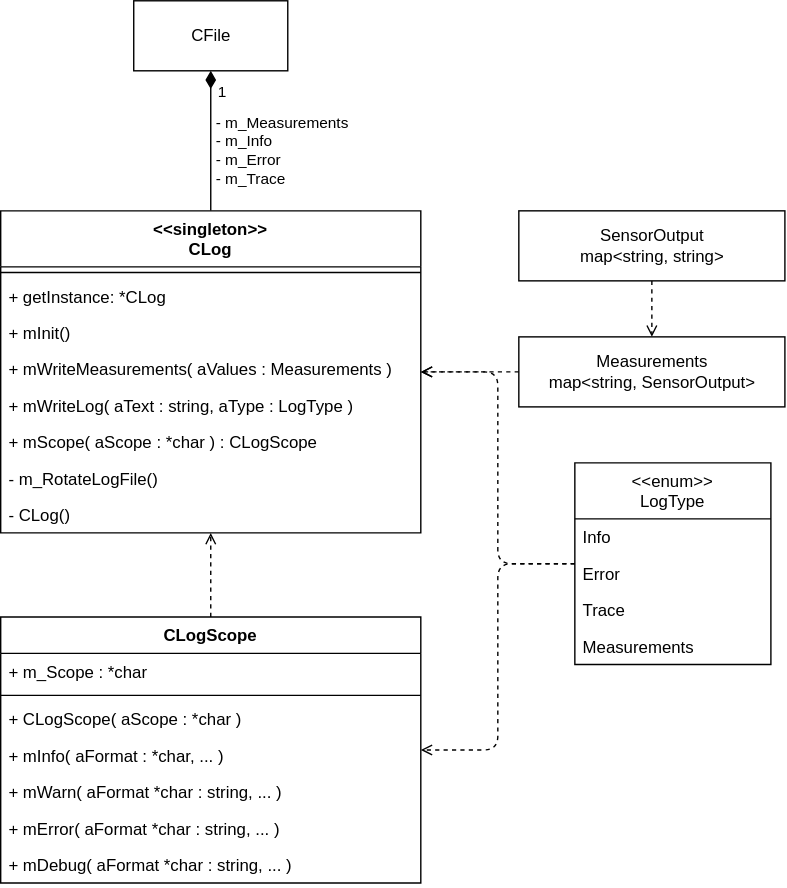
This is uml/logger-abstraction.drawio.svg from SenseBoxTI/FirmwareDesign, a draw.io export, as it was before one commit. Source tidied: cells renumbered, new cells last; positions are measured from the earlier drawing's top-left corner, leaving out a move shared by most shapes.
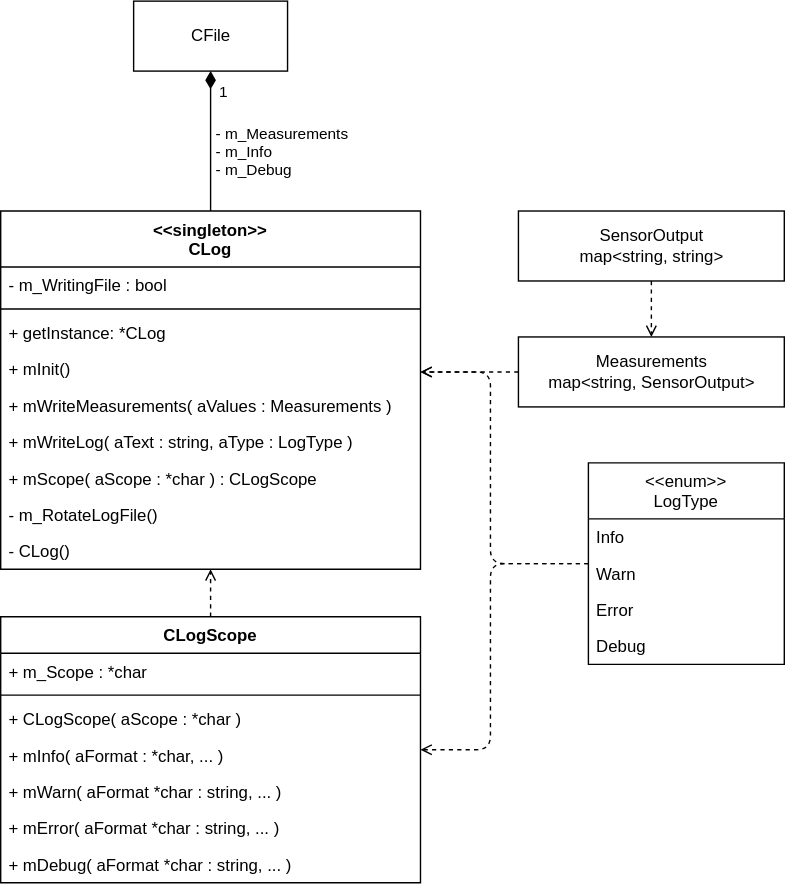
Above is the later version.

Diff of the diagram source:
```diff
@@ -5,7 +5,7 @@
     <mxCell id="2" style="edgeStyle=orthogonalEdgeStyle;html=1;entryX=0.5;entryY=1;entryDx=0;entryDy=0;endArrow=diamondThin;endFill=1;endSize=10;" parent="1" edge="1" source="5" target="14">
       <mxGeometry relative="1" as="geometry" />
     </mxCell>
-    <mxCell id="3" value="- m_Measurements&lt;br&gt;- m_Info&lt;br&gt;- m_Error&lt;br&gt;- m_Trace" style="edgeLabel;html=1;align=left;verticalAlign=middle;" parent="2" vertex="1">
+    <mxCell id="3" value="- m_Measurements&lt;br&gt;- m_Info&lt;br&gt;- m_Debug" style="edgeLabel;html=1;align=left;verticalAlign=middle;" parent="2" vertex="1">
       <mxGeometry x="-0.2" y="-2" relative="1" as="geometry">
         <mxPoint y="-3" as="offset" />
       </mxGeometry>
@@ -16,37 +16,45 @@
       </mxGeometry>
     </mxCell>
     <mxCell id="5" value="&lt;&lt;singleton&gt;&gt;&#10;CLog" style="swimlane;fontStyle=1;align=center;verticalAlign=top;horizontal=1;startSize=40;" parent="1" vertex="1">
-      <mxGeometry y="150" width="300" height="230" as="geometry" />
+      <mxGeometry y="150" width="300" height="256" as="geometry" />
     </mxCell>
+    <mxCell id="35" value="- m_WritingFile : bool" style="text;strokeColor=none;fillColor=none;align=left;verticalAlign=top;spacingLeft=4;spacingRight=4;overflow=hidden;" parent="5" vertex="1">
+      <mxGeometry y="40" width="300" height="26" as="geometry" />
+    </mxCell>
     <mxCell id="6" style="line;strokeWidth=1;fillColor=none;align=left;verticalAlign=middle;spacingTop=-1;spacingLeft=3;spacingRight=3;labelPosition=right;" parent="5" vertex="1">
-      <mxGeometry y="40" width="300" height="8" as="geometry" />
+      <mxGeometry y="66" width="300" height="8" as="geometry" />
     </mxCell>
     <mxCell id="7" value="+ getInstance: *CLog" style="text;strokeColor=none;fillColor=none;align=left;verticalAlign=top;spacingLeft=4;spacingRight=4;overflow=hidden;" parent="5" vertex="1">
-      <mxGeometry y="48" width="300" height="26" as="geometry" />
+      <mxGeometry y="74" width="300" height="26" as="geometry" />
     </mxCell>
     <mxCell id="8" value="+ mInit()" style="text;strokeColor=none;fillColor=none;align=left;verticalAlign=top;spacingLeft=4;spacingRight=4;overflow=hidden;" parent="5" vertex="1">
-      <mxGeometry y="74" width="300" height="26" as="geometry" />
+      <mxGeometry y="100" width="300" height="26" as="geometry" />
     </mxCell>
     <mxCell id="9" value="+ mWriteMeasurements( aValues : Measurements )" style="text;strokeColor=none;fillColor=none;align=left;verticalAlign=top;spacingLeft=4;spacingRight=4;overflow=hidden;" parent="5" vertex="1">
-      <mxGeometry y="100" width="300" height="26" as="geometry" />
+      <mxGeometry y="126" width="300" height="26" as="geometry" />
     </mxCell>
     <mxCell id="10" value="+ mWriteLog( aText : string, aType : LogType )" style="text;strokeColor=none;fillColor=none;align=left;verticalAlign=top;spacingLeft=4;spacingRight=4;overflow=hidden;" parent="5" vertex="1">
-      <mxGeometry y="126" width="300" height="26" as="geometry" />
+      <mxGeometry y="152" width="300" height="26" as="geometry" />
     </mxCell>
     <mxCell id="11" value="+ mScope( aScope : *char ) : CLogScope" style="text;strokeColor=none;fillColor=none;align=left;verticalAlign=top;spacingLeft=4;spacingRight=4;overflow=hidden;" parent="5" vertex="1">
-      <mxGeometry y="152" width="300" height="26" as="geometry" />
+      <mxGeometry y="178" width="300" height="26" as="geometry" />
     </mxCell>
     <mxCell id="12" value="- m_RotateLogFile()" style="text;strokeColor=none;fillColor=none;align=left;verticalAlign=top;spacingLeft=4;spacingRight=4;overflow=hidden;" parent="5" vertex="1">
-      <mxGeometry y="178" width="300" height="26" as="geometry" />
+      <mxGeometry y="204" width="300" height="26" as="geometry" />
     </mxCell>
     <mxCell id="13" value="- CLog()" style="text;strokeColor=none;fillColor=none;align=left;verticalAlign=top;spacingLeft=4;spacingRight=4;overflow=hidden;" parent="5" vertex="1">
-      <mxGeometry y="204" width="300" height="26" as="geometry" />
+      <mxGeometry y="230" width="300" height="26" as="geometry" />
     </mxCell>
     <mxCell id="14" value="CFile" style="html=1;" parent="1" vertex="1">
       <mxGeometry x="95" width="110" height="50" as="geometry" />
     </mxCell>
     <mxCell id="15" style="edgeStyle=orthogonalEdgeStyle;html=1;endArrow=open;endFill=0;endSize=6;dashed=1;" parent="1" edge="1" source="16" target="5">
-      <mxGeometry relative="1" as="geometry" />
+      <mxGeometry relative="1" as="geometry">
+        <Array as="points">
+          <mxPoint x="320" y="265" />
+          <mxPoint x="320" y="265" />
+        </Array>
+      </mxGeometry>
     </mxCell>
     <mxCell id="16" value="&lt;span style=&quot;text-align: left&quot;&gt;Measurements&lt;br&gt;map&amp;lt;string, SensorOutput&amp;gt;&lt;/span&gt;" style="html=1;" parent="1" vertex="1">
       <mxGeometry x="370" y="240" width="190" height="50" as="geometry" />
@@ -58,26 +66,36 @@
       <mxGeometry x="370" y="150" width="190" height="50" as="geometry" />
     </mxCell>
     <mxCell id="19" style="edgeStyle=orthogonalEdgeStyle;html=1;dashed=1;endArrow=open;endFill=0;endSize=6;" parent="1" edge="1" source="21" target="5">
-      <mxGeometry relative="1" as="geometry" />
+      <mxGeometry relative="1" as="geometry">
+        <Array as="points">
+          <mxPoint x="350" y="402" />
+          <mxPoint x="350" y="265" />
+        </Array>
+      </mxGeometry>
     </mxCell>
     <mxCell id="20" style="edgeStyle=orthogonalEdgeStyle;html=1;dashed=1;endArrow=open;endFill=0;" parent="1" edge="1" source="21" target="27">
-      <mxGeometry relative="1" as="geometry" />
+      <mxGeometry relative="1" as="geometry">
+        <Array as="points">
+          <mxPoint x="350" y="402" />
+          <mxPoint x="350" y="535" />
+        </Array>
+      </mxGeometry>
     </mxCell>
     <mxCell id="21" value="&lt;&lt;enum&gt;&gt;&#10;LogType" style="swimlane;fontStyle=0;horizontal=1;startSize=40;fillColor=none;" parent="1" vertex="1">
-      <mxGeometry x="410" y="330" width="140" height="144" as="geometry" />
+      <mxGeometry x="420" y="330" width="140" height="144" as="geometry" />
     </mxCell>
     <mxCell id="22" value="Info" style="text;strokeColor=none;fillColor=none;align=left;verticalAlign=top;spacingLeft=4;spacingRight=4;overflow=hidden;" parent="21" vertex="1">
       <mxGeometry y="40" width="140" height="26" as="geometry" />
     </mxCell>
+    <mxCell id="36" value="Warn" style="text;strokeColor=none;fillColor=none;align=left;verticalAlign=top;spacingLeft=4;spacingRight=4;overflow=hidden;" parent="21" vertex="1">
+      <mxGeometry y="66" width="140" height="26" as="geometry" />
+    </mxCell>
     <mxCell id="23" value="Error" style="text;strokeColor=none;fillColor=none;align=left;verticalAlign=top;spacingLeft=4;spacingRight=4;overflow=hidden;" parent="21" vertex="1">
-      <mxGeometry y="66" width="140" height="26" as="geometry" />
+      <mxGeometry y="92" width="140" height="26" as="geometry" />
     </mxCell>
-    <mxCell id="24" value="Trace" style="text;strokeColor=none;fillColor=none;align=left;verticalAlign=top;spacingLeft=4;spacingRight=4;overflow=hidden;" parent="21" vertex="1">
-      <mxGeometry y="92" width="140" height="26" as="geometry" />
+    <mxCell id="24" value="Debug" style="text;strokeColor=none;fillColor=none;align=left;verticalAlign=top;spacingLeft=4;spacingRight=4;overflow=hidden;" parent="21" vertex="1">
+      <mxGeometry y="118" width="140" height="26" as="geometry" />
     </mxCell>
-    <mxCell id="25" value="Measurements" style="text;strokeColor=none;fillColor=none;align=left;verticalAlign=top;spacingLeft=4;spacingRight=4;overflow=hidden;" parent="21" vertex="1">
-      <mxGeometry y="118" width="140" height="26" as="geometry" />
-    </mxCell>
     <mxCell id="26" style="edgeStyle=orthogonalEdgeStyle;html=1;dashed=1;endArrow=open;endFill=0;" parent="1" edge="1" source="27" target="5">
       <mxGeometry relative="1" as="geometry" />
     </mxCell>
```
